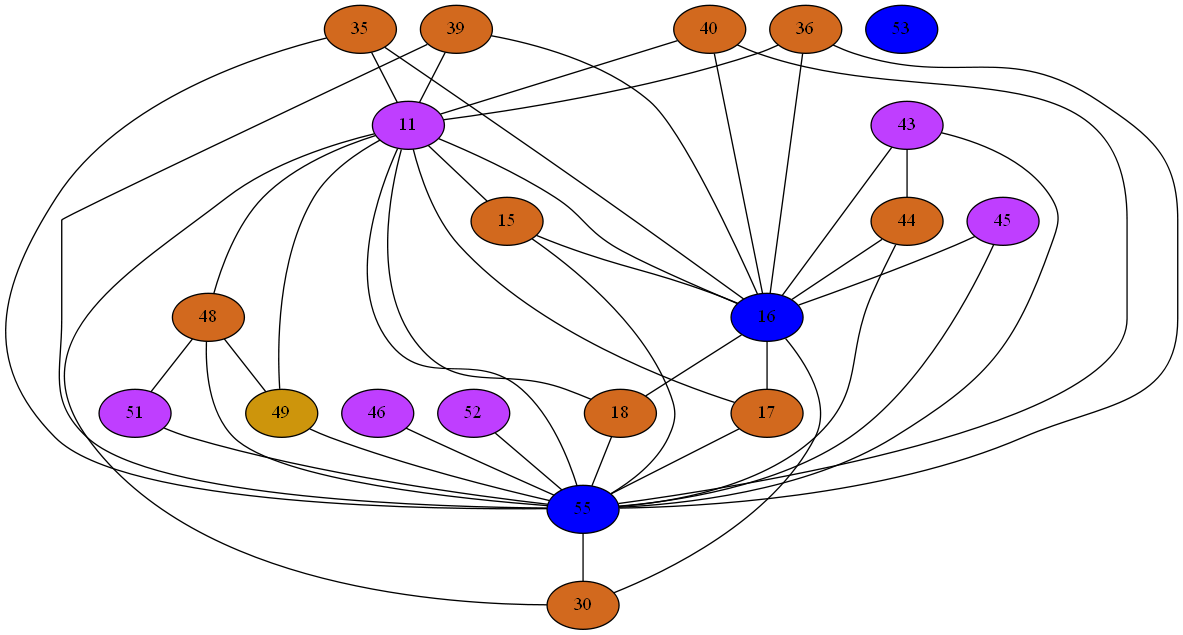
This is Compiler/27iGraph.png from mbajaj92/Project-Astoria, a Graphviz export, as it was before one commit. Its source is kept beside it as Compiler/27iGraph.dot.
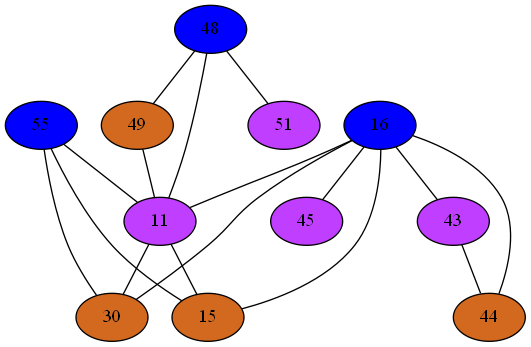
The same diagram one commit later.

Diff of the diagram source:
```diff
@@ -1,106 +1,45 @@
 strict graph {
-35[label="35" style=filled fillcolor="chocolate"];
-35 -- 16
-35 -- 55
-35 -- 11
-36[label="36" style=filled fillcolor="chocolate"];
-36 -- 16
-36 -- 55
-36 -- 11
-39[label="39" style=filled fillcolor="chocolate"];
-39 -- 16
-39 -- 55
-39 -- 11
-40[label="40" style=filled fillcolor="chocolate"];
-40 -- 16
-40 -- 55
-40 -- 11
-11[label="11" style=filled fillcolor="darkorchid1"];
-11 -- 48
-11 -- 16
-11 -- 49
-11 -- 17
-11 -- 18
-11 -- 35
-11 -- 36
-11 -- 39
-11 -- 55
-11 -- 40
-11 -- 30
-11 -- 15
-43[label="43" style=filled fillcolor="darkorchid1"];
-43 -- 16
-43 -- 55
-43 -- 44
-44[label="44" style=filled fillcolor="chocolate"];
-44 -- 16
-44 -- 55
-44 -- 43
-45[label="45" style=filled fillcolor="darkorchid1"];
-45 -- 16
-45 -- 55
-46[label="46" style=filled fillcolor="darkorchid1"];
-46 -- 55
-15[label="15" style=filled fillcolor="chocolate"];
-15 -- 16
-15 -- 55
-15 -- 11
-48[label="48" style=filled fillcolor="chocolate"];
+48[label="48" style=filled fillcolor="blue1"];
 48 -- 49
 48 -- 51
-48 -- 55
 48 -- 11
 16[label="16" style=filled fillcolor="blue1"];
-16 -- 17
-16 -- 18
-16 -- 35
-16 -- 36
-16 -- 39
-16 -- 40
 16 -- 43
 16 -- 11
 16 -- 44
 16 -- 45
 16 -- 30
 16 -- 15
-17[label="17" style=filled fillcolor="chocolate"];
-17 -- 16
-17 -- 55
-17 -- 11
-49[label="49" style=filled fillcolor="darkgoldenrod3"];
+49[label="49" style=filled fillcolor="chocolate"];
 49 -- 48
-49 -- 55
 49 -- 11
-18[label="18" style=filled fillcolor="chocolate"];
-18 -- 16
-18 -- 55
-18 -- 11
 51[label="51" style=filled fillcolor="darkorchid1"];
 51 -- 48
-51 -- 55
-52[label="52" style=filled fillcolor="darkorchid1"];
-52 -- 55
-53[label="53" style=filled fillcolor="blue1"];
 55[label="55" style=filled fillcolor="blue1"];
-55 -- 35
-55 -- 36
-55 -- 39
-55 -- 40
-55 -- 43
 55 -- 11
-55 -- 44
-55 -- 45
-55 -- 46
+55 -- 30
 55 -- 15
-55 -- 48
-55 -- 49
-55 -- 17
-55 -- 18
-55 -- 51
-55 -- 52
-55 -- 30
+11[label="11" style=filled fillcolor="darkorchid1"];
+11 -- 48
+11 -- 16
+11 -- 49
+11 -- 55
+11 -- 30
+11 -- 15
+43[label="43" style=filled fillcolor="darkorchid1"];
+43 -- 16
+43 -- 44
+44[label="44" style=filled fillcolor="chocolate"];
+44 -- 16
+44 -- 43
+45[label="45" style=filled fillcolor="darkorchid1"];
+45 -- 16
 30[label="30" style=filled fillcolor="chocolate"];
 30 -- 16
 30 -- 55
 30 -- 11
+15[label="15" style=filled fillcolor="chocolate"];
+15 -- 16
+15 -- 55
+15 -- 11
 }
```
